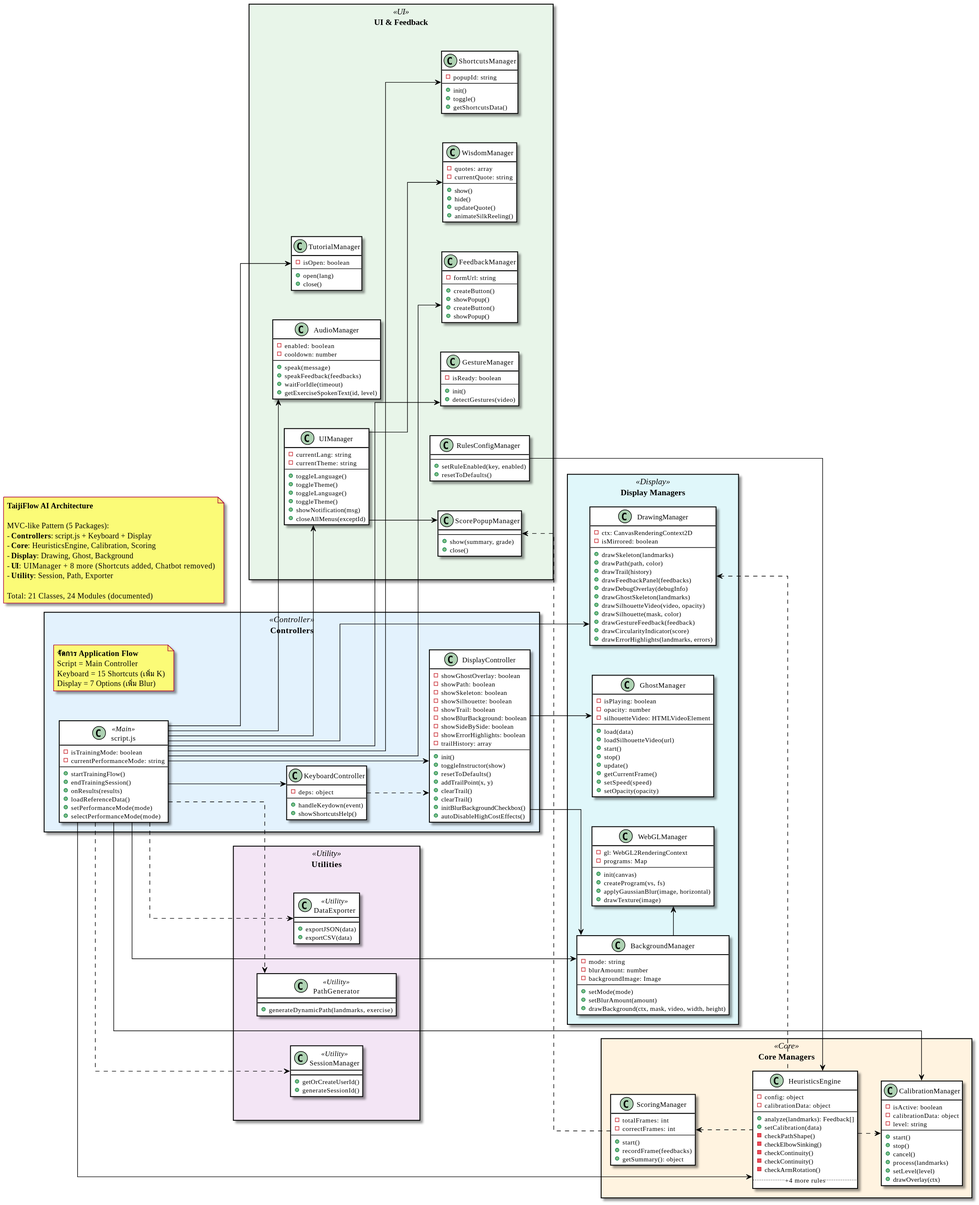
Earlier version of the PlantUML export out/docs/diagrams/ClassDiagram/TaijiFlow_Class_Diagram.svg (vyut/TaijiFlow).
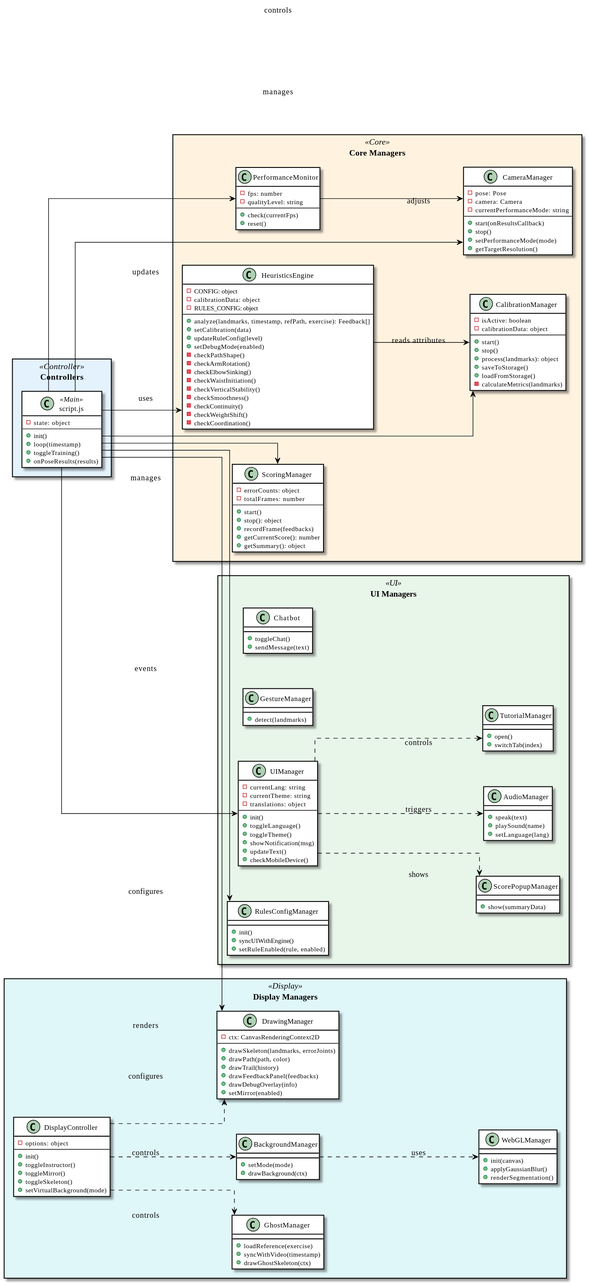
The same file after the commit.

What changed in the source:
```diff
@@ -1,12 +1,11 @@
 @startuml TaijiFlow_Class_Diagram
 
-skinparam defaultFontName "sarabun"
+skinparam defaultFontName "Sarabun"
 skinparam packageStyle rectangle
-
 left to right direction
 skinparam linetype ortho
-skinparam nodesep 50
-skinparam ranksep 40
+skinparam nodesep 60
+skinparam ranksep 60
 
 skinparam class {
     BackgroundColor White
@@ -18,312 +17,189 @@
     BackgroundColor<<Core>> #FFF3E0
     BackgroundColor<<Display>> #E0F7FA
     BackgroundColor<<UI>> #E8F5E9
-    BackgroundColor<<Utility>> #F3E5F5
 }
-
 
 package "Controllers" <<Controller>> {
     class "script.js" as Script <<Main>> {
-        - isTrainingMode: boolean
-        - currentPerformanceMode: string
-        --
-        + startTrainingFlow()
-        + endTrainingSession()
-        + onResults(results)
-        + loadReferenceData()
-        + setPerformanceMode(mode)
-        + selectPerformanceMode(mode)
-    }
-
-    class KeyboardController {
-        - deps: object
-        --
-        + handleKeydown(event)
-        + showShortcutsHelp()
-    }
-
-    class DisplayController {
-        - showGhostOverlay: boolean
-        - showPath: boolean
-        - showSkeleton: boolean
-        - showSilhouette: boolean
-        - showTrail: boolean
-        - showBlurBackground: boolean
-        - showSideBySide: boolean
-        - showErrorHighlights: boolean
-        - trailHistory: array
+        - state: object
         --
         + init()
-        + toggleInstructor(show)
-        + resetToDefaults()
-        + addTrailPoint(x, y)
-        + clearTrail()
-        + clearTrail()
-        + initBlurBackgroundCheckbox()
-        + autoDisableHighCostEffects()
+        + loop(timestamp)
+        + toggleTraining()
+        + onPoseResults(results)
     }
-
-    note as NC
-        **จัดการ Application Flow**
-        Script = Main Controller
-        Keyboard = 15 Shortcuts (เพิ่ม K)
-        Display = 7 Options (เพิ่ม Blur)
-    end note
 }
 
+package "Core Managers" <<Core>> {
 
-package "Core Managers" <<Core>> {
     class HeuristicsEngine {
-        - config: object
+        - CONFIG: object
         - calibrationData: object
+        - RULES_CONFIG: object
         --
-        + analyze(landmarks): Feedback[]
+        + analyze(landmarks, timestamp, refPath, exercise): Feedback[]
         + setCalibration(data)
+        + updateRuleConfig(level)
+        + setDebugMode(enabled)
         - checkPathShape()
+        - checkArmRotation()
         - checkElbowSinking()
+        - checkWaistInitiation()
+        - checkVerticalStability()
+        - checkSmoothness()
         - checkContinuity()
-        - checkContinuity()
-        - checkArmRotation()
-        .. +4 more rules ..
+        - checkWeightShift()
+        - checkCoordination()
     }
 
     class CalibrationManager {
         - isActive: boolean
         - calibrationData: object
-        - level: string
         --
         + start()
         + stop()
-        + cancel()
-        + process(landmarks)
-        + setLevel(level)
-        + drawOverlay(ctx)
+        + process(landmarks): object
+        + saveToStorage()
+        + loadFromStorage()
+        - calculateMetrics(landmarks)
     }
 
     class ScoringManager {
-        - totalFrames: int
-        - correctFrames: int
+        - errorCounts: object
+        - totalFrames: number
         --
         + start()
+        + stop(): object
         + recordFrame(feedbacks)
+        + getCurrentScore(): number
         + getSummary(): object
+    }
+
+    class CameraManager {
+        - pose: Pose
+        - camera: Camera
+        - currentPerformanceMode: string
+        --
+        + start(onResultsCallback)
+        + stop()
+        + setPerformanceMode(mode)
+        + getTargetResolution()
+    }
+
+    class PerformanceMonitor {
+        - fps: number
+        - qualityLevel: string
+        --
+        + check(currentFps)
+        + reset()
+    }
+}
+
+package "Display Managers" <<Display>> {
+    class DrawingManager {
+        - ctx: CanvasRenderingContext2D
+        --
+        + drawSkeleton(landmarks, errorJoints)
+        + drawPath(path, color)
+        + drawTrail(history)
+        + drawFeedbackPanel(feedbacks)
+        + drawDebugOverlay(info)
+        + setMirror(enabled)
+    }
+
+    class DisplayController {
+        - options: object
+        --
+        + init()
+        + toggleInstructor()
+        + toggleMirror()
+        + toggleSkeleton()
+        + setVirtualBackground(mode)
+    }
+
+    class GhostManager {
+        + loadReference(exercise)
+        + syncWithVideo(timestamp)
+        + drawGhostSkeleton(ctx)
+    }
+
+    class BackgroundManager {
+        + setMode(mode)
+        + drawBackground(ctx)
+    }
+
+    class WebGLManager {
+        + init(canvas)
+        + applyGaussianBlur()
+        + renderSegmentation()
+    }
+}
+
+package "UI Managers" <<UI>> {
+    class UIManager {
+        - currentLang: string
+        - currentTheme: string
+        - translations: object
+        --
+        + init()
+        + toggleLanguage()
+        + toggleTheme()
+        + showNotification(msg)
+        + updateText()
+        + checkMobileDevice()
+    }
+
+    class AudioManager {
+        + speak(text)
+        + playSound(name)
+        + setLanguage(lang)
+    }
+
+    class TutorialManager {
+        + open()
+        + switchTab(index)
+    }
+
+    class ScorePopupManager {
+        + show(summaryData)
+    }
+
+    class RulesConfigManager {
+        + init()
+        + syncUIWithEngine()
+        + setRuleEnabled(rule, enabled)
+    }
+
+    class GestureManager {
+        + detect(landmarks)
+    }
+
+    class Chatbot {
+        + toggleChat()
+        + sendMessage(text)
     }
 }
 
 
-package "Display Managers" <<Display>> {
-    class BackgroundManager {
-        - mode: string
-        - blurAmount: number
-        - backgroundImage: Image
-        --
-        + setMode(mode)
-        + setBlurAmount(amount)
-        + drawBackground(ctx, mask, video, width, height)
-    }
+Script --> CameraManager : controls
+Script --> HeuristicsEngine : uses
+Script --> CalibrationManager : manages
+Script --> ScoringManager : manages
+Script --> DrawingManager : renders
+Script --> UIManager : events
+Script --> PerformanceMonitor : updates
 
-    class WebGLManager {
-        - gl: WebGL2RenderingContext
-        - programs: Map
-        --
-        + init(canvas)
-        + createProgram(vs, fs)
-        + applyGaussianBlur(image, horizontal)
-        + drawTexture(image)
-    }
+HeuristicsEngine --> CalibrationManager : reads attributes
+PerformanceMonitor --> CameraManager : adjusts
 
-    class DrawingManager {
-        - ctx: CanvasRenderingContext2D
-        - isMirrored: boolean
-        --
-        + drawSkeleton(landmarks)
-        + drawPath(path, color)
-        + drawTrail(history)
-        + drawFeedbackPanel(feedbacks)
-        + drawDebugOverlay(debugInfo)
-        + drawGhostSkeleton(landmarks)
-        + drawSilhouetteVideo(video, opacity)
-        + drawSilhouette(mask, color)
-        + drawGestureFeedback(feedback)
-        + drawCircularityIndicator(score)
-        + drawErrorHighlights(landmarks, errors)
-    }
+DisplayController ..> DrawingManager : configures
+DisplayController ..> GhostManager : controls
+DisplayController ..> BackgroundManager : controls
+BackgroundManager ..> WebGLManager : uses
 
-    class GhostManager {
-        - isPlaying: boolean
-        - opacity: number
-        - silhouetteVideo: HTMLVideoElement
-        --
-        + load(data)
-        + loadSilhouetteVideo(url)
-        + start()
-        + stop()
-        + update()
-        + getCurrentFrame()
-        + setSpeed(speed)
-        + setOpacity(opacity)
-    }
-
-    DrawingManager -[hidden]right- GhostManager
-    GhostManager -[hidden]right- BackgroundManager
-    BackgroundManager -[hidden]right- WebGLManager
-}
-
-
-package "UI & Feedback" <<UI>> {
-    together {
-        class UIManager {
-            - currentLang: string
-            - currentTheme: string
-            --
-            + toggleLanguage()
-            + toggleTheme()
-            + toggleLanguage()
-            + toggleTheme()
-            + showNotification(msg)
-            + closeAllMenus(exceptId)
-        }
-
-        class WisdomManager {
-            - quotes: array
-            - currentQuote: string
-            --
-            + show()
-            + hide()
-            + updateQuote()
-            + animateSilkReeling()
-        }
-
-        class ShortcutsManager {
-            - popupId: string
-            --
-            + init()
-            + toggle()
-            + getShortcutsData()
-        }
-
-        class AudioManager {
-            - enabled: boolean
-            - cooldown: number
-            --
-            + speak(message)
-            + speakFeedback(feedbacks)
-            + waitForIdle(timeout)
-            + getExerciseSpokenText(id, level)
-        }
-
-        class TutorialManager {
-            - isOpen: boolean
-            --
-            + open(lang)
-            + close()
-        }
-
-        class ScorePopupManager {
-            --
-            + show(summary, grade)
-            + close()
-        }
-
-        class RulesConfigManager {
-            --
-            + setRuleEnabled(key, enabled)
-            + resetToDefaults()
-        }
-
-        class GestureManager {
-            - isReady: boolean
-            --
-            + init()
-            + detectGestures(video)
-        }
-
-        class FeedbackManager {
-            - formUrl: string
-            --
-            + createButton()
-            + showPopup()
-            + createButton()
-            + showPopup()
-        }
-    }
-
-    UIManager -[hidden]right- AudioManager
-    AudioManager -[hidden]right- TutorialManager
-    TutorialManager -[hidden]right- ScorePopupManager
-    ScorePopupManager -[hidden]right- RulesConfigManager
-    RulesConfigManager -[hidden]right- GestureManager
-    GestureManager -[hidden]right- FeedbackManager
-    FeedbackManager -[hidden]right- WisdomManager
-    WisdomManager -[hidden]right- ShortcutsManager
-}
-
-
-package "Utilities" <<Utility>> {
-    together {
-        class SessionManager <<Utility>> {
-            + getOrCreateUserId()
-            + generateSessionId()
-        }
-
-        class PathGenerator <<Utility>> {
-            + generateDynamicPath(landmarks, exercise)
-        }
-
-        class DataExporter <<Utility>> {
-            + exportJSON(data)
-            + exportCSV(data)
-        }
-    }
-
-    SessionManager -[hidden]right- PathGenerator
-    PathGenerator -[hidden]right- DataExporter
-}
-
-
-Script --> KeyboardController
-Script --> DisplayController
-Script --> HeuristicsEngine
-Script --> CalibrationManager
-Script --> DrawingManager
-Script --> BackgroundManager
-Script --> UIManager
-Script --> AudioManager
-Script --> TutorialManager
-Script --> GestureManager
-Script --> ShortcutsManager
-
-DisplayController --> GhostManager
-DisplayController --> BackgroundManager
-BackgroundManager --> WebGLManager
-KeyboardController ..> DisplayController
-
-HeuristicsEngine ..> CalibrationManager
-ScoringManager <.. HeuristicsEngine
-DrawingManager <.. HeuristicsEngine
-
-UIManager --> ScorePopupManager
-UIManager --> WisdomManager
-ScoringManager .[norank].> ScorePopupManager
-Script --> FeedbackManager
-RulesConfigManager --> HeuristicsEngine
-
-Script ..> SessionManager
-Script ..> PathGenerator
-Script ..> DataExporter
-
-
-note as N1
-    **TaijiFlow AI Architecture**
-
-    MVC-like Pattern (5 Packages):
-    - **Controllers**: script.js + Keyboard + Display
-    - **Core**: HeuristicsEngine, Calibration, Scoring
-    - **Display**: Drawing, Ghost, Background
-    - **UI**: UIManager + 8 more (Shortcuts added, Chatbot removed)
-    - **Utility**: Session, Path, Exporter
-
-    Total: 21 Classes, 24 Modules (documented)
-end note
+UIManager ..> AudioManager : triggers
+UIManager ..> TutorialManager : controls
+UIManager ..> ScorePopupManager : shows
+Script --> RulesConfigManager : configures
 
 @enduml
```
